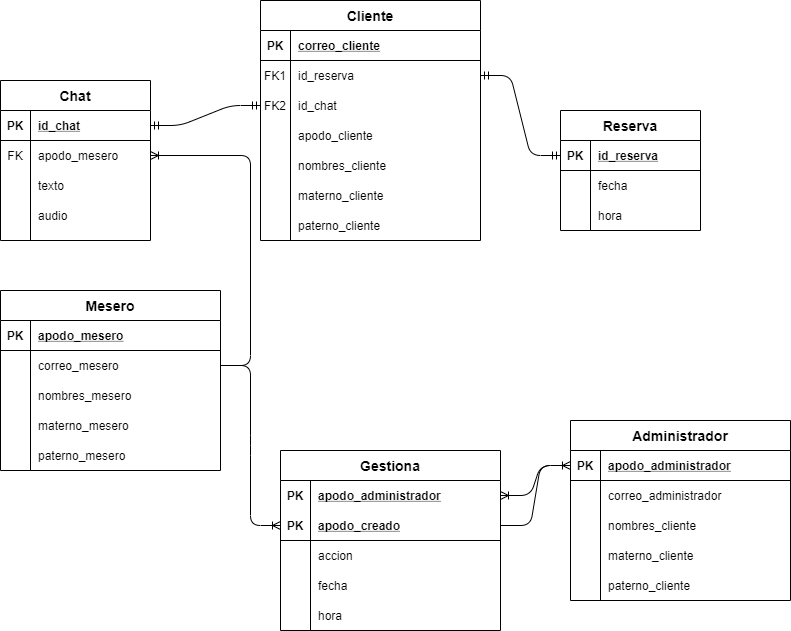
Above: modelos_BD/Modelo-Relacional.png in arroyopablo/SaborSazzon (draw.io), before the change. Source tidied: cells renumbered, new cells last; positions are measured from the earlier drawing's top-left corner, leaving out a move shared by most shapes.
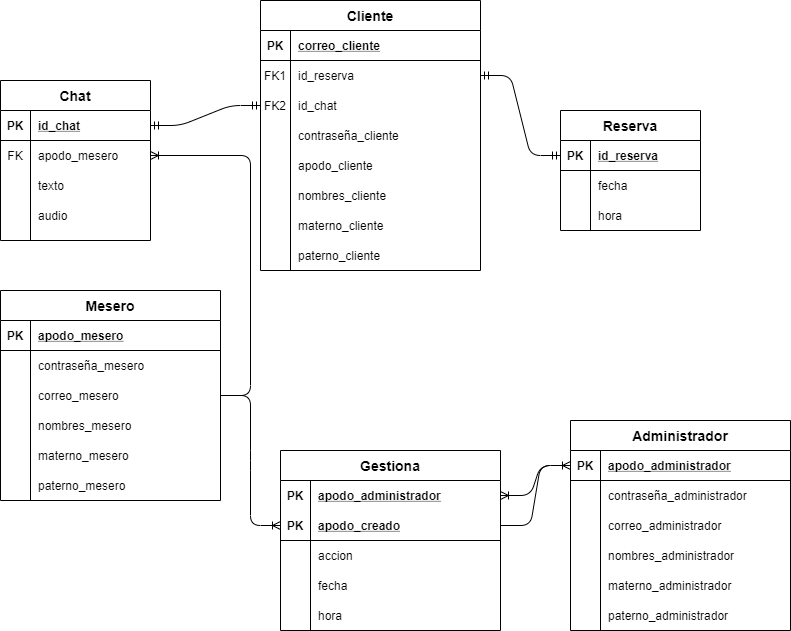
After the change.

Commit message:
correcion a modelos de base de datos

Diff of the diagram source:
```diff
@@ -60,7 +60,7 @@
       <mxGeometry x="30" width="120" height="30" as="geometry" />
     </mxCell>
     <mxCell id="21" value="Mesero" style="shape=table;startSize=30;rowLines=0;fontStyle=1;align=center;fontSize=14;" parent="1" vertex="1">
-      <mxGeometry y="290" width="220" height="180" as="geometry" />
+      <mxGeometry y="290" width="220" height="210" as="geometry" />
     </mxCell>
     <mxCell id="22" style="shape=partialRectangle;fillColor=none;top=0;left=0;right=0;bottom=1;" parent="21" vertex="1">
       <mxGeometry y="30" width="220" height="30" as="geometry" />
@@ -71,8 +71,17 @@
     <mxCell id="24" value="apodo_mesero" style="shape=partialRectangle;overflow=hidden;fillColor=none;top=0;left=0;bottom=0;right=0;align=left;spacingLeft=6;fontStyle=5;" parent="22" vertex="1">
       <mxGeometry x="30" width="190" height="30" as="geometry" />
     </mxCell>
+    <mxCell id="101" style="shape=partialRectangle;fillColor=none;top=0;left=0;bottom=0;right=0;" parent="21" vertex="1">
+      <mxGeometry y="60" width="220" height="30" as="geometry" />
+    </mxCell>
+    <mxCell id="102" style="shape=partialRectangle;fillColor=none;top=0;left=0;bottom=0;right=0;overflow=hidden;" parent="101" vertex="1">
+      <mxGeometry width="30" height="30" as="geometry" />
+    </mxCell>
+    <mxCell id="103" value="contraseña_mesero" style="shape=partialRectangle;fillColor=none;top=0;left=0;bottom=0;right=0;align=left;spacingLeft=6;overflow=hidden;" parent="101" vertex="1">
+      <mxGeometry x="30" width="190" height="30" as="geometry" />
+    </mxCell>
     <mxCell id="25" style="shape=partialRectangle;fillColor=none;points=[[0,0.5],[1,0.5]];portConstraint=eastwest;top=0;left=0;right=0;bottom=0;" parent="21" vertex="1">
-      <mxGeometry y="60" width="220" height="30" as="geometry" />
+      <mxGeometry y="90" width="220" height="30" as="geometry" />
     </mxCell>
     <mxCell id="26" style="shape=partialRectangle;overflow=hidden;fillColor=none;top=0;left=0;bottom=0;right=0;" parent="25" vertex="1">
       <mxGeometry width="30" height="30" as="geometry" />
@@ -81,7 +90,7 @@
       <mxGeometry x="30" width="190" height="30" as="geometry" />
     </mxCell>
     <mxCell id="28" style="shape=partialRectangle;fillColor=none;top=0;left=0;right=0;bottom=0;" parent="21" vertex="1">
-      <mxGeometry y="90" width="220" height="30" as="geometry" />
+      <mxGeometry y="120" width="220" height="30" as="geometry" />
     </mxCell>
     <mxCell id="29" style="shape=partialRectangle;overflow=hidden;fillColor=none;top=0;left=0;bottom=0;right=0;" parent="28" vertex="1">
       <mxGeometry width="30" height="30" as="geometry" />
@@ -90,7 +99,7 @@
       <mxGeometry x="30" width="190" height="30" as="geometry" />
     </mxCell>
     <mxCell id="31" style="shape=partialRectangle;fillColor=none;top=0;left=0;bottom=0;right=0;" parent="21" vertex="1">
-      <mxGeometry y="120" width="220" height="30" as="geometry" />
+      <mxGeometry y="150" width="220" height="30" as="geometry" />
     </mxCell>
     <mxCell id="32" style="shape=partialRectangle;fillColor=none;top=0;left=0;bottom=0;right=0;overflow=hidden;" parent="31" vertex="1">
       <mxGeometry width="30" height="30" as="geometry" />
@@ -99,7 +108,7 @@
       <mxGeometry x="30" width="190" height="30" as="geometry" />
     </mxCell>
     <mxCell id="34" style="shape=partialRectangle;fillColor=none;top=0;left=0;bottom=0;right=0;" parent="21" vertex="1">
-      <mxGeometry y="150" width="220" height="30" as="geometry" />
+      <mxGeometry y="180" width="220" height="30" as="geometry" />
     </mxCell>
     <mxCell id="35" style="shape=partialRectangle;fillColor=none;top=0;left=0;bottom=0;right=0;overflow=hidden;" parent="34" vertex="1">
       <mxGeometry width="30" height="30" as="geometry" />
@@ -108,7 +117,7 @@
       <mxGeometry x="30" width="190" height="30" as="geometry" />
     </mxCell>
     <mxCell id="37" value="Cliente" style="shape=table;startSize=30;rowLines=0;fontStyle=1;align=center;fontSize=14;" parent="1" vertex="1">
-      <mxGeometry x="260" width="220" height="240" as="geometry" />
+      <mxGeometry x="260" width="220" height="270" as="geometry" />
     </mxCell>
     <mxCell id="38" style="shape=partialRectangle;fillColor=none;top=0;left=0;right=0;bottom=1;" parent="37" vertex="1">
       <mxGeometry y="30" width="220" height="30" as="geometry" />
@@ -137,8 +146,17 @@
     <mxCell id="46" value="id_chat" style="shape=partialRectangle;fillColor=none;top=0;left=0;bottom=0;right=0;align=left;spacingLeft=6;fontStyle=0;overflow=hidden;" parent="44" vertex="1">
       <mxGeometry x="30" width="190" height="30" as="geometry" />
     </mxCell>
+    <mxCell id="104" style="shape=partialRectangle;fillColor=none;top=0;left=0;bottom=0;right=0;" parent="37" vertex="1">
+      <mxGeometry y="120" width="220" height="30" as="geometry" />
+    </mxCell>
+    <mxCell id="105" style="shape=partialRectangle;fillColor=none;top=0;left=0;bottom=0;right=0;overflow=hidden;" parent="104" vertex="1">
+      <mxGeometry width="30" height="30" as="geometry" />
+    </mxCell>
+    <mxCell id="106" value="contraseña_cliente" style="shape=partialRectangle;fillColor=none;top=0;left=0;bottom=0;right=0;align=left;spacingLeft=6;overflow=hidden;" parent="104" vertex="1">
+      <mxGeometry x="30" width="190" height="30" as="geometry" />
+    </mxCell>
     <mxCell id="47" style="shape=partialRectangle;fillColor=none;top=0;left=0;right=0;bottom=0;" parent="37" vertex="1">
-      <mxGeometry y="120" width="220" height="30" as="geometry" />
+      <mxGeometry y="150" width="220" height="30" as="geometry" />
     </mxCell>
     <mxCell id="48" style="shape=partialRectangle;overflow=hidden;fillColor=none;top=0;left=0;bottom=0;right=0;" parent="47" vertex="1">
       <mxGeometry width="30" height="30" as="geometry" />
@@ -147,7 +165,7 @@
       <mxGeometry x="30" width="190" height="30" as="geometry" />
     </mxCell>
     <mxCell id="50" style="shape=partialRectangle;fillColor=none;top=0;left=0;right=0;bottom=0;" parent="37" vertex="1">
-      <mxGeometry y="150" width="220" height="30" as="geometry" />
+      <mxGeometry y="180" width="220" height="30" as="geometry" />
     </mxCell>
     <mxCell id="51" style="shape=partialRectangle;overflow=hidden;fillColor=none;top=0;left=0;bottom=0;right=0;" parent="50" vertex="1">
       <mxGeometry width="30" height="30" as="geometry" />
@@ -156,7 +174,7 @@
       <mxGeometry x="30" width="190" height="30" as="geometry" />
     </mxCell>
     <mxCell id="53" style="shape=partialRectangle;fillColor=none;top=0;left=0;bottom=0;right=0;" parent="37" vertex="1">
-      <mxGeometry y="180" width="220" height="30" as="geometry" />
+      <mxGeometry y="210" width="220" height="30" as="geometry" />
     </mxCell>
     <mxCell id="54" style="shape=partialRectangle;fillColor=none;top=0;left=0;bottom=0;right=0;overflow=hidden;" parent="53" vertex="1">
       <mxGeometry width="30" height="30" as="geometry" />
@@ -165,7 +183,7 @@
       <mxGeometry x="30" width="190" height="30" as="geometry" />
     </mxCell>
     <mxCell id="56" style="shape=partialRectangle;fillColor=none;top=0;left=0;bottom=0;right=0;" parent="37" vertex="1">
-      <mxGeometry y="210" width="220" height="30" as="geometry" />
+      <mxGeometry y="240" width="220" height="30" as="geometry" />
     </mxCell>
     <mxCell id="57" style="shape=partialRectangle;fillColor=none;top=0;left=0;bottom=0;right=0;overflow=hidden;" parent="56" vertex="1">
       <mxGeometry width="30" height="30" as="geometry" />
@@ -252,7 +270,7 @@
       <mxGeometry x="30" width="190" height="30" as="geometry" />
     </mxCell>
     <mxCell id="85" value="Administrador" style="shape=table;startSize=30;rowLines=0;fontStyle=1;align=center;fontSize=14;" parent="1" vertex="1">
-      <mxGeometry x="570" y="420" width="220" height="180" as="geometry" />
+      <mxGeometry x="570" y="420" width="220" height="210" as="geometry" />
     </mxCell>
     <mxCell id="86" style="shape=partialRectangle;fillColor=none;points=[[0,0.5],[1,0.5]];portConstraint=eastwest;top=0;left=0;right=0;bottom=1;" parent="85" vertex="1">
       <mxGeometry y="30" width="220" height="30" as="geometry" />
@@ -263,8 +281,17 @@
     <mxCell id="88" value="apodo_administrador" style="shape=partialRectangle;overflow=hidden;fillColor=none;top=0;left=0;bottom=0;right=0;align=left;spacingLeft=6;fontStyle=5;" parent="86" vertex="1">
       <mxGeometry x="30" width="190" height="30" as="geometry" />
     </mxCell>
+    <mxCell id="107" style="shape=partialRectangle;fillColor=none;top=0;left=0;bottom=0;right=0;" parent="85" vertex="1">
+      <mxGeometry y="60" width="220" height="30" as="geometry" />
+    </mxCell>
+    <mxCell id="108" style="shape=partialRectangle;fillColor=none;top=0;left=0;bottom=0;right=0;overflow=hidden;" parent="107" vertex="1">
+      <mxGeometry width="30" height="30" as="geometry" />
+    </mxCell>
+    <mxCell id="109" value="contraseña_administrador" style="shape=partialRectangle;fillColor=none;top=0;left=0;bottom=0;right=0;align=left;spacingLeft=6;overflow=hidden;" parent="107" vertex="1">
+      <mxGeometry x="30" width="190" height="30" as="geometry" />
+    </mxCell>
     <mxCell id="89" style="shape=partialRectangle;fillColor=none;top=0;left=0;right=0;bottom=0;" parent="85" vertex="1">
-      <mxGeometry y="60" width="220" height="30" as="geometry" />
+      <mxGeometry y="90" width="220" height="30" as="geometry" />
     </mxCell>
     <mxCell id="90" style="shape=partialRectangle;overflow=hidden;fillColor=none;top=0;left=0;bottom=0;right=0;" parent="89" vertex="1">
       <mxGeometry width="30" height="30" as="geometry" />
@@ -273,30 +300,30 @@
       <mxGeometry x="30" width="190" height="30" as="geometry" />
     </mxCell>
     <mxCell id="92" style="shape=partialRectangle;fillColor=none;top=0;left=0;right=0;bottom=0;" parent="85" vertex="1">
-      <mxGeometry y="90" width="220" height="30" as="geometry" />
+      <mxGeometry y="120" width="220" height="30" as="geometry" />
     </mxCell>
     <mxCell id="93" style="shape=partialRectangle;overflow=hidden;fillColor=none;top=0;left=0;bottom=0;right=0;" parent="92" vertex="1">
       <mxGeometry width="30" height="30" as="geometry" />
     </mxCell>
-    <mxCell id="94" value="nombres_cliente" style="shape=partialRectangle;overflow=hidden;fillColor=none;top=0;left=0;bottom=0;right=0;align=left;spacingLeft=6;" parent="92" vertex="1">
+    <mxCell id="94" value="nombres_administrador" style="shape=partialRectangle;overflow=hidden;fillColor=none;top=0;left=0;bottom=0;right=0;align=left;spacingLeft=6;" parent="92" vertex="1">
       <mxGeometry x="30" width="190" height="30" as="geometry" />
     </mxCell>
     <mxCell id="95" style="shape=partialRectangle;fillColor=none;top=0;left=0;bottom=0;right=0;" parent="85" vertex="1">
-      <mxGeometry y="120" width="220" height="30" as="geometry" />
+      <mxGeometry y="150" width="220" height="30" as="geometry" />
     </mxCell>
     <mxCell id="96" style="shape=partialRectangle;fillColor=none;top=0;left=0;bottom=0;right=0;overflow=hidden;" parent="95" vertex="1">
       <mxGeometry width="30" height="30" as="geometry" />
     </mxCell>
-    <mxCell id="97" value="materno_cliente" style="shape=partialRectangle;fillColor=none;top=0;left=0;bottom=0;right=0;align=left;spacingLeft=6;overflow=hidden;" parent="95" vertex="1">
+    <mxCell id="97" value="materno_administrador" style="shape=partialRectangle;fillColor=none;top=0;left=0;bottom=0;right=0;align=left;spacingLeft=6;overflow=hidden;" parent="95" vertex="1">
       <mxGeometry x="30" width="190" height="30" as="geometry" />
     </mxCell>
     <mxCell id="98" style="shape=partialRectangle;fillColor=none;top=0;left=0;bottom=0;right=0;" parent="85" vertex="1">
-      <mxGeometry y="150" width="220" height="30" as="geometry" />
+      <mxGeometry y="180" width="220" height="30" as="geometry" />
     </mxCell>
     <mxCell id="99" style="shape=partialRectangle;fillColor=none;top=0;left=0;bottom=0;right=0;overflow=hidden;" parent="98" vertex="1">
       <mxGeometry width="30" height="30" as="geometry" />
     </mxCell>
-    <mxCell id="100" value="paterno_cliente" style="shape=partialRectangle;fillColor=none;top=0;left=0;bottom=0;right=0;align=left;spacingLeft=6;overflow=hidden;" parent="98" vertex="1">
+    <mxCell id="100" value="paterno_administrador" style="shape=partialRectangle;fillColor=none;top=0;left=0;bottom=0;right=0;align=left;spacingLeft=6;overflow=hidden;" parent="98" vertex="1">
       <mxGeometry x="30" width="190" height="30" as="geometry" />
     </mxCell>
   </root>
```
